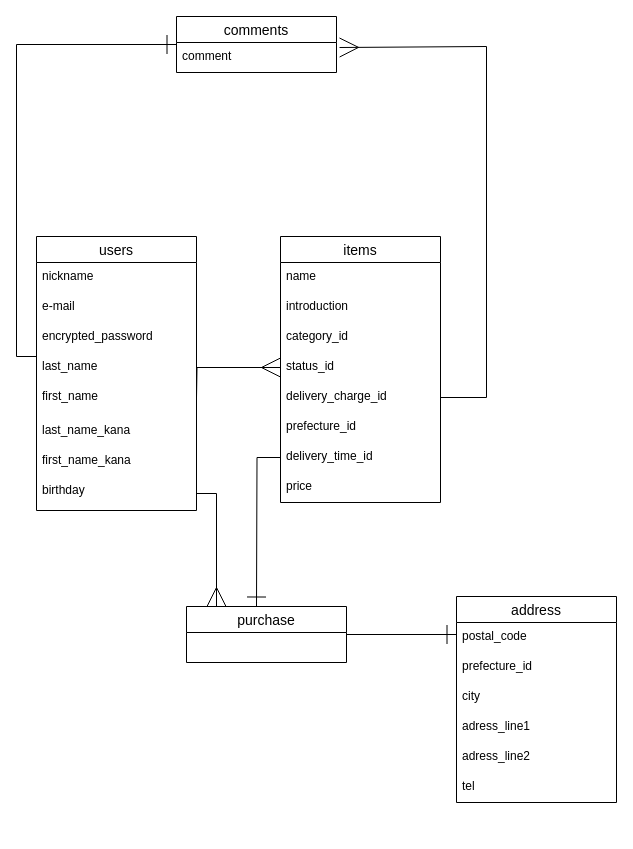
yrkFukushima/furima-35594 keeps this draw.io diagram as furima-35594.dio. Above is the earlier version. Source tidied: cells renumbered, new cells numbered last; positions are measured from the earlier drawing's top-left corner, leaving out a move shared by most shapes. Both pictures are drawn from the tidied source at 100%, with x=0, y=0 at pixel (16, 16).
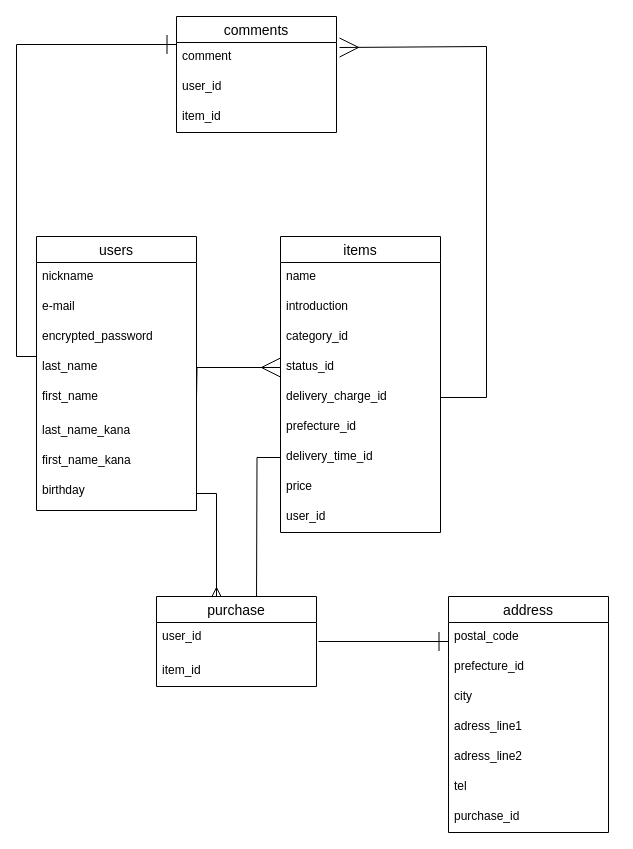
After the change.

What changed in the source:
```diff
@@
     <mxCell id="11" value="items" style="swimlane;fontStyle=0;horizontal=1;startSize=26;align=center;fontSize=14;" parent="1" vertex="1">
-      <mxGeometry x="264" y="220" width="160" height="266" as="geometry" />
+      <mxGeometry x="264" y="220" width="160" height="296" as="geometry" />
     </mxCell>
@@
+    <mxCell id="36" value="user_id" style="text;strokeColor=none;fillColor=none;spacingLeft=4;spacingRight=4;overflow=hidden;fontSize=12;" parent="11" vertex="1">
+      <mxGeometry y="266" width="160" height="30" as="geometry" />
+    </mxCell>
     <mxCell id="20" value="comments" style="swimlane;fontStyle=0;horizontal=1;startSize=26;align=center;fontSize=14;" parent="1" vertex="1">
-      <mxGeometry x="160" width="160" height="56" as="geometry" />
+      <mxGeometry x="160" width="160" height="116" as="geometry" />
     </mxCell>
@@
+    <mxCell id="37" value="user_id" style="text;strokeColor=none;fillColor=none;spacingLeft=4;spacingRight=4;overflow=hidden;fontSize=12;" parent="20" vertex="1">
+      <mxGeometry y="56" width="160" height="30" as="geometry" />
+    </mxCell>
+    <mxCell id="38" value="item_id" style="text;strokeColor=none;fillColor=none;spacingLeft=4;spacingRight=4;overflow=hidden;fontSize=12;" parent="20" vertex="1">
+      <mxGeometry y="86" width="160" height="30" as="geometry" />
+    </mxCell>
@@
     <mxCell id="27" value="address" style="swimlane;fontStyle=0;horizontal=1;startSize=26;align=center;fontSize=14;" parent="1" vertex="1">
-      <mxGeometry x="440" y="580" width="160" height="206" as="geometry" />
+      <mxGeometry x="432" y="580" width="160" height="236" as="geometry" />
     </mxCell>
@@
-    <mxCell id="34" style="edgeStyle=orthogonalEdgeStyle;rounded=0;orthogonalLoop=1;jettySize=auto;html=1;endArrow=ERone;endFill=0;endSize=17;" parent="1" edge="1">
-      <mxGeometry relative="1" as="geometry">
-        <mxPoint x="330" y="618" as="sourcePoint" />
-        <mxPoint x="440" y="618" as="targetPoint" />
-      </mxGeometry>
-    </mxCell>
+    <mxCell id="39" value="purchase_id" style="text;strokeColor=none;fillColor=none;spacingLeft=4;spacingRight=4;overflow=hidden;fontSize=12;" parent="27" vertex="1">
+      <mxGeometry y="206" width="160" height="30" as="geometry" />
+    </mxCell>
+    <mxCell id="40" style="edgeStyle=orthogonalEdgeStyle;rounded=0;orthogonalLoop=1;jettySize=auto;html=1;endArrow=ERone;endFill=0;endSize=17;" parent="1" edge="1">
+      <mxGeometry relative="1" as="geometry">
+        <mxPoint x="302" y="625" as="sourcePoint" />
+        <mxPoint x="432" y="625" as="targetPoint" />
+      </mxGeometry>
+    </mxCell>
     <mxCell id="35" value="purchase" style="swimlane;fontStyle=0;horizontal=1;startSize=26;align=center;fontSize=14;" parent="1" vertex="1">
-      <mxGeometry x="170" y="590" width="160" height="56" as="geometry" />
+      <mxGeometry x="140" y="580" width="160" height="90" as="geometry" />
     </mxCell>
+    <mxCell id="41" value="user_id" style="text;strokeColor=none;fillColor=none;spacingLeft=4;spacingRight=4;overflow=hidden;fontSize=12;" parent="35" vertex="1">
+      <mxGeometry y="26" width="160" height="34" as="geometry" />
+    </mxCell>
+    <mxCell id="42" value="item_id" style="text;strokeColor=none;fillColor=none;spacingLeft=4;spacingRight=4;overflow=hidden;fontSize=12;" parent="35" vertex="1">
+      <mxGeometry y="60" width="160" height="30" as="geometry" />
+    </mxCell>
```
